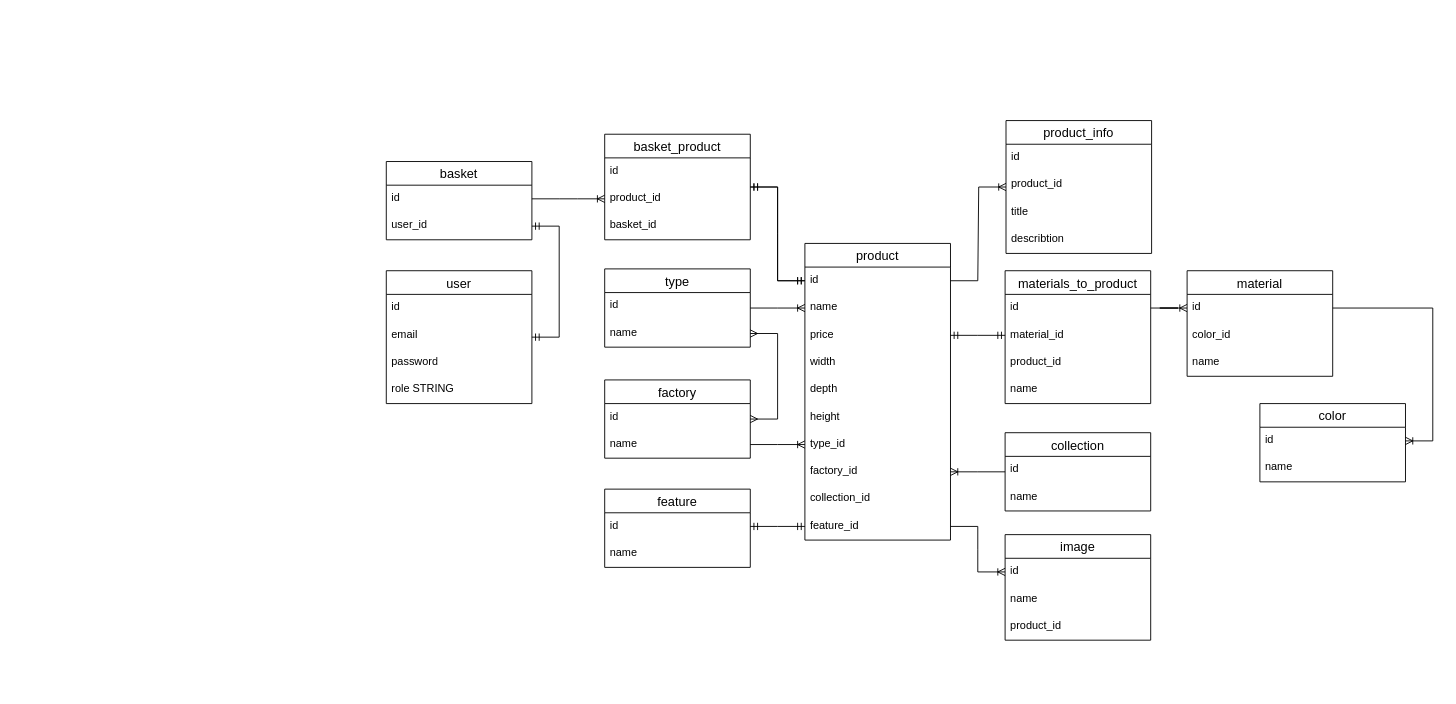
The draw.io diagram DB-riazanov-shop.drawio in Ingwaruz/riazanov-mebel-shop, before the edit. Source tidied: cells renumbered, new cells numbered last; positions are measured from the earlier drawing's top-left corner, leaving out a move shared by most shapes. Both pictures are drawn from the tidied source at 91%, with x=0, y=0 at pixel (386, 120).
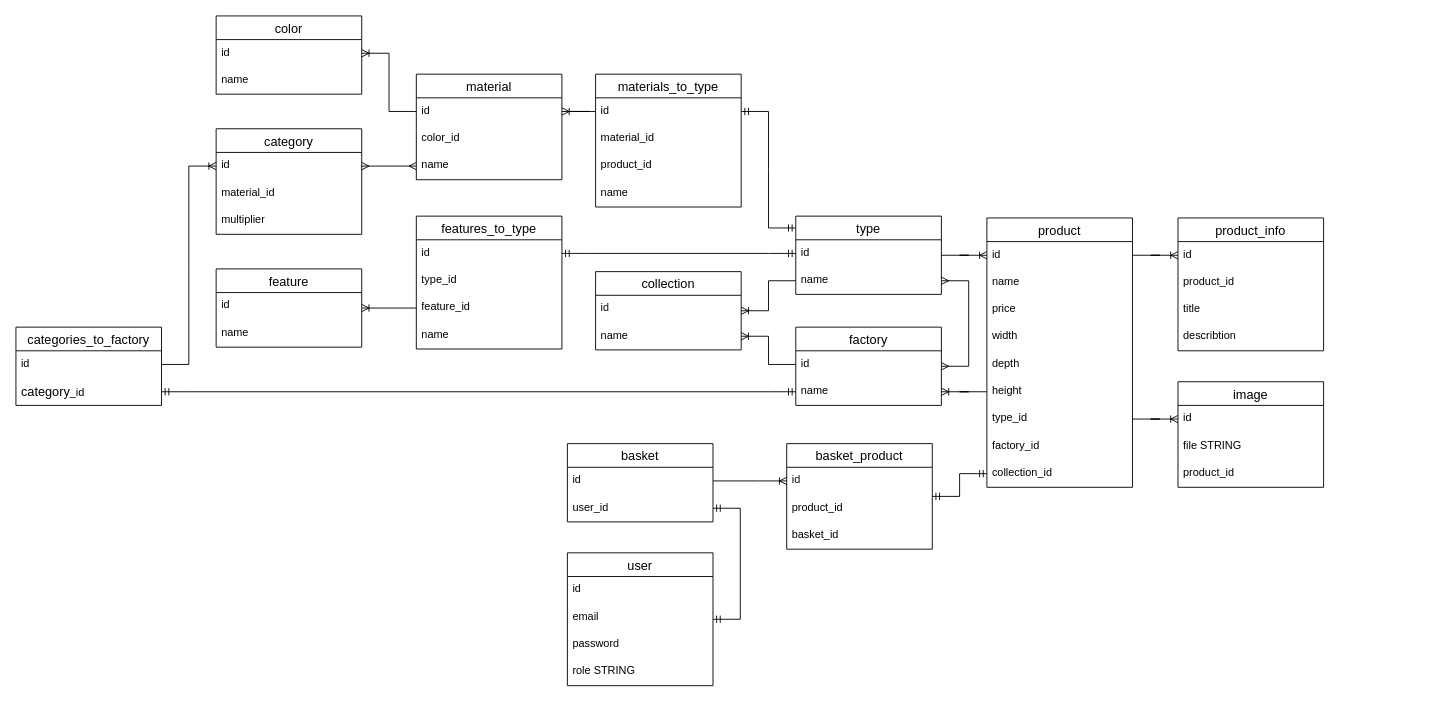
Above is the later version.

Commit message:
temporary db schema changes

The change refers to these unchanged cells:
```xml
<mxCell id="8" value="id" style="text;strokeColor=none;fillColor=none;spacingLeft=4;spacingRight=4;overflow=hidden;points=[[0,0.5],[1,0.5]];portConstraint=eastwest;fontSize=12;whiteSpace=wrap;html=1;" parent="7" vertex="1">
  <mxGeometry y="26" width="160" height="30" as="geometry" />
</mxCell>
<mxCell id="9" value="user_id" style="text;strokeColor=none;fillColor=none;spacingLeft=4;spacingRight=4;overflow=hidden;points=[[0,0.5],[1,0.5]];portConstraint=eastwest;fontSize=12;whiteSpace=wrap;html=1;" parent="7" vertex="1">
  <mxGeometry y="56" width="160" height="30" as="geometry" />
</mxCell>
<mxCell id="11" value="id" style="text;strokeColor=none;fillColor=none;spacingLeft=4;spacingRight=4;overflow=hidden;points=[[0,0.5],[1,0.5]];portConstraint=eastwest;fontSize=12;whiteSpace=wrap;html=1;" parent="10" vertex="1">
  <mxGeometry y="26" width="160" height="30" as="geometry" />
</mxCell>
<mxCell id="12" value="name" style="text;strokeColor=none;fillColor=none;spacingLeft=4;spacingRight=4;overflow=hidden;points=[[0,0.5],[1,0.5]];portConstraint=eastwest;fontSize=12;whiteSpace=wrap;html=1;" parent="10" vertex="1">
  <mxGeometry y="56" width="160" height="30" as="geometry" />
</mxCell>
<mxCell id="13" value="price" style="text;strokeColor=none;fillColor=none;spacingLeft=4;spacingRight=4;overflow=hidden;points=[[0,0.5],[1,0.5]];portConstraint=eastwest;fontSize=12;whiteSpace=wrap;html=1;" parent="10" vertex="1">
  <mxGeometry y="86" width="160" height="30" as="geometry" />
</mxCell>
<mxCell id="16" value="height" style="text;strokeColor=none;fillColor=none;spacingLeft=4;spacingRight=4;overflow=hidden;points=[[0,0.5],[1,0.5]];portConstraint=eastwest;fontSize=12;whiteSpace=wrap;html=1;" parent="10" vertex="1">
  <mxGeometry y="176" width="160" height="30" as="geometry" />
</mxCell>
<mxCell id="17" value="type_id" style="text;strokeColor=none;fillColor=none;spacingLeft=4;spacingRight=4;overflow=hidden;points=[[0,0.5],[1,0.5]];portConstraint=eastwest;fontSize=12;whiteSpace=wrap;html=1;" parent="10" vertex="1">
  <mxGeometry y="206" width="160" height="30" as="geometry" />
</mxCell>
<mxCell id="18" value="factory_id" style="text;strokeColor=none;fillColor=none;spacingLeft=4;spacingRight=4;overflow=hidden;points=[[0,0.5],[1,0.5]];portConstraint=eastwest;fontSize=12;whiteSpace=wrap;html=1;" parent="10" vertex="1">
  <mxGeometry y="236" width="160" height="30" as="geometry" />
</mxCell>
<mxCell id="19" value="collection_id" style="text;strokeColor=none;fillColor=none;spacingLeft=4;spacingRight=4;overflow=hidden;points=[[0,0.5],[1,0.5]];portConstraint=eastwest;fontSize=12;whiteSpace=wrap;html=1;" parent="10" vertex="1">
  <mxGeometry y="266" width="160" height="30" as="geometry" />
</mxCell>
<mxCell id="22" value="id" style="text;strokeColor=none;fillColor=none;spacingLeft=4;spacingRight=4;overflow=hidden;points=[[0,0.5],[1,0.5]];portConstraint=eastwest;fontSize=12;whiteSpace=wrap;html=1;" parent="21" vertex="1">
  <mxGeometry y="26" width="160" height="30" as="geometry" />
</mxCell>
<mxCell id="23" value="name" style="text;strokeColor=none;fillColor=none;spacingLeft=4;spacingRight=4;overflow=hidden;points=[[0,0.5],[1,0.5]];portConstraint=eastwest;fontSize=12;whiteSpace=wrap;html=1;" parent="21" vertex="1">
  <mxGeometry y="56" width="160" height="30" as="geometry" />
</mxCell>
<mxCell id="25" value="id" style="text;strokeColor=none;fillColor=none;spacingLeft=4;spacingRight=4;overflow=hidden;points=[[0,0.5],[1,0.5]];portConstraint=eastwest;fontSize=12;whiteSpace=wrap;html=1;" parent="24" vertex="1">
  <mxGeometry y="26" width="160" height="30" as="geometry" />
</mxCell>
<mxCell id="26" value="name" style="text;strokeColor=none;fillColor=none;spacingLeft=4;spacingRight=4;overflow=hidden;points=[[0,0.5],[1,0.5]];portConstraint=eastwest;fontSize=12;whiteSpace=wrap;html=1;" parent="24" vertex="1">
  <mxGeometry y="56" width="160" height="30" as="geometry" />
</mxCell>
<mxCell id="31" value="id" style="text;strokeColor=none;fillColor=none;spacingLeft=4;spacingRight=4;overflow=hidden;points=[[0,0.5],[1,0.5]];portConstraint=eastwest;fontSize=12;whiteSpace=wrap;html=1;" parent="30" vertex="1">
  <mxGeometry y="26" width="160" height="30" as="geometry" />
</mxCell>
<mxCell id="37" value="id" style="text;strokeColor=none;fillColor=none;spacingLeft=4;spacingRight=4;overflow=hidden;points=[[0,0.5],[1,0.5]];portConstraint=eastwest;fontSize=12;whiteSpace=wrap;html=1;" parent="36" vertex="1">
  <mxGeometry y="26" width="160" height="30" as="geometry" />
</mxCell>
<mxCell id="38" value="product_id" style="text;strokeColor=none;fillColor=none;spacingLeft=4;spacingRight=4;overflow=hidden;points=[[0,0.5],[1,0.5]];portConstraint=eastwest;fontSize=12;whiteSpace=wrap;html=1;" parent="36" vertex="1">
  <mxGeometry y="56" width="160" height="30" as="geometry" />
</mxCell>
<mxCell id="44" value="id" style="text;strokeColor=none;fillColor=none;spacingLeft=4;spacingRight=4;overflow=hidden;points=[[0,0.5],[1,0.5]];portConstraint=eastwest;fontSize=12;whiteSpace=wrap;html=1;" parent="43" vertex="1">
  <mxGeometry y="26" width="160" height="30" as="geometry" />
</mxCell>
<mxCell id="49" value="name" style="text;strokeColor=none;fillColor=none;spacingLeft=4;spacingRight=4;overflow=hidden;points=[[0,0.5],[1,0.5]];portConstraint=eastwest;fontSize=12;whiteSpace=wrap;html=1;" parent="47" vertex="1">
  <mxGeometry y="56" width="160" height="30" as="geometry" />
</mxCell>
<mxCell id="56" value="name" style="text;strokeColor=none;fillColor=none;spacingLeft=4;spacingRight=4;overflow=hidden;points=[[0,0.5],[1,0.5]];portConstraint=eastwest;fontSize=12;whiteSpace=wrap;html=1;" parent="53" vertex="1">
  <mxGeometry y="86" width="160" height="30" as="geometry" />
</mxCell>
<mxCell id="61" value="id" style="text;strokeColor=none;fillColor=none;spacingLeft=4;spacingRight=4;overflow=hidden;points=[[0,0.5],[1,0.5]];portConstraint=eastwest;fontSize=12;whiteSpace=wrap;html=1;" parent="60" vertex="1">
  <mxGeometry y="26" width="160" height="30" as="geometry" />
</mxCell>
<mxCell id="62" value="material_id" style="text;strokeColor=none;fillColor=none;spacingLeft=4;spacingRight=4;overflow=hidden;points=[[0,0.5],[1,0.5]];portConstraint=eastwest;fontSize=12;whiteSpace=wrap;html=1;" parent="60" vertex="1">
  <mxGeometry y="56" width="160" height="30" as="geometry" />
</mxCell>
<mxCell id="68" value="id" style="text;strokeColor=none;fillColor=none;spacingLeft=4;spacingRight=4;overflow=hidden;points=[[0,0.5],[1,0.5]];portConstraint=eastwest;fontSize=12;whiteSpace=wrap;html=1;" parent="67" vertex="1">
  <mxGeometry y="26" width="160" height="30" as="geometry" />
</mxCell>
```

The edit, as a diff of the source:
```diff
@@
     <mxCell id="2" value="user" style="swimlane;fontStyle=0;horizontal=1;startSize=26;align=center;fontSize=14;" parent="1" vertex="1">
-      <mxGeometry y="165" width="160" height="146" as="geometry" />
+      <mxGeometry x="199" y="475" width="160" height="146" as="geometry" />
     </mxCell>
@@
     <mxCell id="7" value="basket" style="swimlane;fontStyle=0;horizontal=1;startSize=26;align=center;fontSize=14;" parent="1" vertex="1">
-      <mxGeometry y="45" width="160" height="86" as="geometry" />
+      <mxGeometry x="199" y="355" width="160" height="86" as="geometry" />
     </mxCell>
@@
     <mxCell id="10" value="product" style="swimlane;fontStyle=0;horizontal=1;startSize=26;align=center;fontSize=14;" parent="1" vertex="1">
-      <mxGeometry x="460" y="135" width="160" height="326" as="geometry" />
+      <mxGeometry x="660" y="107" width="160" height="296" as="geometry" />
     </mxCell>
@@
-    <mxCell id="20" value="feature_id" style="text;strokeColor=none;fillColor=none;spacingLeft=4;spacingRight=4;overflow=hidden;points=[[0,0.5],[1,0.5]];portConstraint=eastwest;fontSize=12;whiteSpace=wrap;html=1;" parent="10" vertex="1">
-      <mxGeometry y="296" width="160" height="30" as="geometry" />
-    </mxCell>
     <mxCell id="21" value="factory" style="swimlane;fontStyle=0;horizontal=1;startSize=26;align=center;fontSize=14;" parent="1" vertex="1">
-      <mxGeometry x="240" y="285" width="160" height="86" as="geometry" />
+      <mxGeometry x="450" y="227" width="160" height="86" as="geometry" />
     </mxCell>
@@
     <mxCell id="24" value="type" style="swimlane;fontStyle=0;horizontal=1;startSize=26;align=center;fontSize=14;" parent="1" vertex="1">
-      <mxGeometry x="240" y="163" width="160" height="86" as="geometry" />
+      <mxGeometry x="450" y="105" width="160" height="86" as="geometry" />
     </mxCell>
@@
-    <mxCell id="27" style="edgeStyle=entityRelationEdgeStyle;fontSize=12;html=1;endArrow=ERoneToMany;rounded=0;" parent="1" edge="1" source="24" target="12">
+    <mxCell id="27" style="edgeStyle=entityRelationEdgeStyle;fontSize=12;html=1;endArrow=ERoneToMany;rounded=0;" parent="1" edge="1" source="24" target="11">
       <mxGeometry relative="1" as="geometry" />
     </mxCell>
-    <mxCell id="28" style="edgeStyle=entityRelationEdgeStyle;fontSize=12;html=1;endArrow=ERoneToMany;rounded=0;exitX=1;exitY=0.5;exitDx=0;exitDy=0;" parent="1" edge="1" source="23" target="17">
-      <mxGeometry relative="1" as="geometry" />
-    </mxCell>
@@
     <mxCell id="30" value="product_info" style="swimlane;fontStyle=0;horizontal=1;startSize=26;align=center;fontSize=14;" parent="1" vertex="1">
-      <mxGeometry x="681" width="160" height="146" as="geometry" />
+      <mxGeometry x="870" y="107" width="160" height="146" as="geometry" />
     </mxCell>
@@
-    <mxCell id="35" style="edgeStyle=entityRelationEdgeStyle;fontSize=12;html=1;endArrow=ERoneToMany;rounded=0;" parent="1" edge="1" source="11" target="30">
-      <mxGeometry relative="1" as="geometry" />
-    </mxCell>
     <mxCell id="36" value="basket_product" style="swimlane;fontStyle=0;horizontal=1;startSize=26;align=center;fontSize=14;" parent="1" vertex="1">
-      <mxGeometry x="240" y="15" width="160" height="116" as="geometry" />
+      <mxGeometry x="440" y="355" width="160" height="116" as="geometry" />
     </mxCell>
@@
-    <mxCell id="40" style="edgeStyle=entityRelationEdgeStyle;fontSize=12;html=1;endArrow=ERmandOne;startArrow=ERmandOne;rounded=0;entryX=0;entryY=0.5;entryDx=0;entryDy=0;" parent="1" edge="1" source="36" target="11">
-      <mxGeometry relative="1" as="geometry" />
-    </mxCell>
-    <mxCell id="41" style="edgeStyle=entityRelationEdgeStyle;fontSize=12;html=1;endArrow=ERoneToMany;rounded=0;" parent="1" edge="1" source="8" target="38">
+    <mxCell id="41" style="edgeStyle=entityRelationEdgeStyle;fontSize=12;html=1;endArrow=ERoneToMany;rounded=0;" parent="1" edge="1" source="8" target="37">
       <mxGeometry relative="1" as="geometry" />
     </mxCell>
     <mxCell id="42" style="edgeStyle=entityRelationEdgeStyle;fontSize=12;html=1;endArrow=ERmandOne;startArrow=ERmandOne;rounded=0;" parent="1" edge="1" source="9" target="2">
       <mxGeometry relative="1" as="geometry">
         <Array as="points">
-          <mxPoint x="120" y="285" />
-          <mxPoint x="30" y="285" />
-          <mxPoint x="20" y="285" />
+          <mxPoint x="319" y="724" />
+          <mxPoint x="229" y="724" />
+          <mxPoint x="219" y="724" />
         </Array>
       </mxGeometry>
     </mxCell>
-    <mxCell id="43" value="feature" style="swimlane;fontStyle=0;horizontal=1;startSize=26;align=center;fontSize=14;" parent="1" vertex="1">
-      <mxGeometry x="240" y="405" width="160" height="86" as="geometry" />
+    <mxCell id="43" value="features_to_type" style="swimlane;fontStyle=0;horizontal=1;startSize=26;align=center;fontSize=14;" parent="1" vertex="1">
+      <mxGeometry x="33" y="105" width="160" height="146" as="geometry" />
     </mxCell>
@@
+    <mxCell id="72" value="type_id" style="text;strokeColor=none;fillColor=none;spacingLeft=4;spacingRight=4;overflow=hidden;fontSize=12;whiteSpace=wrap;html=1;" parent="43" vertex="1">
+      <mxGeometry y="56" width="160" height="30" as="geometry" />
+    </mxCell>
-    <mxCell id="45" value="name" style="text;strokeColor=none;fillColor=none;spacingLeft=4;spacingRight=4;overflow=hidden;points=[[0,0.5],[1,0.5]];portConstraint=eastwest;fontSize=12;whiteSpace=wrap;html=1;" parent="43" vertex="1">
-      <mxGeometry y="56" width="160" height="30" as="geometry" />
+    <mxCell id="45" value="feature_id" style="text;strokeColor=none;fillColor=none;spacingLeft=4;spacingRight=4;overflow=hidden;points=[[0,0.5],[1,0.5]];portConstraint=eastwest;fontSize=12;whiteSpace=wrap;html=1;" parent="43" vertex="1">
+      <mxGeometry y="86" width="160" height="30" as="geometry" />
     </mxCell>
+    <mxCell id="73" value="name" style="text;strokeColor=none;fillColor=none;spacingLeft=4;spacingRight=4;overflow=hidden;fontSize=12;whiteSpace=wrap;html=1;" parent="43" vertex="1">
+      <mxGeometry y="116" width="160" height="30" as="geometry" />
+    </mxCell>
-    <mxCell id="46" style="edgeStyle=entityRelationEdgeStyle;fontSize=12;html=1;endArrow=ERmandOne;startArrow=ERmandOne;rounded=0;entryX=0;entryY=0.5;entryDx=0;entryDy=0;" parent="1" edge="1" source="36" target="11">
+    <mxCell id="46" style="edgeStyle=entityRelationEdgeStyle;fontSize=12;html=1;endArrow=ERmandOne;startArrow=ERmandOne;rounded=0;" parent="1" edge="1" source="36" target="19">
       <mxGeometry relative="1" as="geometry">
         <Array as="points">
-          <mxPoint x="270" y="575" />
+          <mxPoint x="140" y="571" />
         </Array>
       </mxGeometry>
     </mxCell>
     <mxCell id="47" value="collection" style="swimlane;fontStyle=0;horizontal=1;startSize=26;align=center;fontSize=14;" parent="1" vertex="1">
-      <mxGeometry x="680" y="343" width="160" height="86" as="geometry" />
+      <mxGeometry x="230" y="166" width="160" height="86" as="geometry" />
     </mxCell>
@@
     <mxCell id="50" value="color" style="swimlane;fontStyle=0;horizontal=1;startSize=26;align=center;fontSize=14;" parent="1" vertex="1">
-      <mxGeometry x="960" y="311" width="160" height="86" as="geometry" />
+      <mxGeometry x="-187" y="-115" width="160" height="86" as="geometry" />
     </mxCell>
@@
     <mxCell id="53" value="material" style="swimlane;fontStyle=0;horizontal=1;startSize=26;align=center;fontSize=14;" parent="1" vertex="1">
-      <mxGeometry x="880" y="165" width="160" height="116" as="geometry" />
+      <mxGeometry x="33" y="-51" width="160" height="116" as="geometry" />
     </mxCell>
@@
-    <mxCell id="58" style="edgeStyle=entityRelationEdgeStyle;fontSize=12;html=1;endArrow=ERoneToMany;rounded=0;" parent="1" edge="1" source="47" target="18">
+    <mxCell id="58" style="edgeStyle=entityRelationEdgeStyle;fontSize=12;html=1;endArrow=ERoneToMany;rounded=0;" parent="1" edge="1" source="22" target="49">
       <mxGeometry relative="1" as="geometry" />
     </mxCell>
-    <mxCell id="59" style="edgeStyle=entityRelationEdgeStyle;fontSize=12;html=1;endArrow=ERmandOne;startArrow=ERmandOne;rounded=0;" parent="1" edge="1" source="20" target="44">
-      <mxGeometry relative="1" as="geometry" />
-    </mxCell>
-    <mxCell id="60" value="materials_to_product" style="swimlane;fontStyle=0;horizontal=1;startSize=26;align=center;fontSize=14;" parent="1" vertex="1">
-      <mxGeometry x="680" y="165" width="160" height="146" as="geometry" />
+    <mxCell id="60" value="materials_to_type" style="swimlane;fontStyle=0;horizontal=1;startSize=26;align=center;fontSize=14;" parent="1" vertex="1">
+      <mxGeometry x="230" y="-51" width="160" height="146" as="geometry" />
     </mxCell>
@@
-    <mxCell id="65" style="edgeStyle=entityRelationEdgeStyle;fontSize=12;html=1;endArrow=ERmandOne;startArrow=ERmandOne;rounded=0;" parent="1" edge="1" source="13" target="62">
-      <mxGeometry relative="1" as="geometry" />
+    <mxCell id="65" style="edgeStyle=entityRelationEdgeStyle;fontSize=12;html=1;endArrow=ERmandOne;startArrow=ERmandOne;rounded=0;" parent="1" edge="1" source="61">
+      <mxGeometry relative="1" as="geometry">
+        <mxPoint x="450" y="118" as="targetPoint" />
+      </mxGeometry>
     </mxCell>
@@
     <mxCell id="67" value="image" style="swimlane;fontStyle=0;horizontal=1;startSize=26;align=center;fontSize=14;" parent="1" vertex="1">
-      <mxGeometry x="680" y="455" width="160" height="116" as="geometry" />
+      <mxGeometry x="870" y="287" width="160" height="116" as="geometry" />
     </mxCell>
@@
-    <mxCell id="69" value="name" style="text;strokeColor=none;fillColor=none;spacingLeft=4;spacingRight=4;overflow=hidden;fontSize=12;whiteSpace=wrap;html=1;" parent="67" vertex="1">
+    <mxCell id="69" value="file STRING" style="text;strokeColor=none;fillColor=none;spacingLeft=4;spacingRight=4;overflow=hidden;fontSize=12;whiteSpace=wrap;html=1;" parent="67" vertex="1">
       <mxGeometry y="56" width="160" height="30" as="geometry" />
     </mxCell>
@@
-    <mxCell id="71" style="edgeStyle=entityRelationEdgeStyle;fontSize=12;html=1;endArrow=ERoneToMany;rounded=0;" parent="1" edge="1" source="20" target="68">
-      <mxGeometry relative="1" as="geometry">
-        <Array as="points">
-          <mxPoint x="530" y="495" />
-        </Array>
-      </mxGeometry>
-    </mxCell>
+    <mxCell id="74" value="category" style="swimlane;fontStyle=0;horizontal=1;startSize=26;align=center;fontSize=14;" parent="1" vertex="1">
+      <mxGeometry x="-187" y="9" width="160" height="116" as="geometry" />
+    </mxCell>
+    <mxCell id="75" value="id" style="text;strokeColor=none;fillColor=none;spacingLeft=4;spacingRight=4;overflow=hidden;points=[[0,0.5],[1,0.5]];portConstraint=eastwest;fontSize=12;whiteSpace=wrap;html=1;" parent="74" vertex="1">
+      <mxGeometry y="26" width="160" height="30" as="geometry" />
+    </mxCell>
+    <mxCell id="76" value="material_id" style="text;strokeColor=none;fillColor=none;spacingLeft=4;spacingRight=4;overflow=hidden;fontSize=12;whiteSpace=wrap;html=1;" parent="74" vertex="1">
+      <mxGeometry y="56" width="160" height="30" as="geometry" />
+    </mxCell>
+    <mxCell id="77" value="multiplier" style="text;strokeColor=none;fillColor=none;spacingLeft=4;spacingRight=4;overflow=hidden;fontSize=12;whiteSpace=wrap;html=1;" parent="74" vertex="1">
+      <mxGeometry y="86" width="160" height="30" as="geometry" />
+    </mxCell>
+    <mxCell id="78" value="feature" style="swimlane;fontStyle=0;horizontal=1;startSize=26;align=center;fontSize=14;" parent="1" vertex="1">
+      <mxGeometry x="-187" y="163" width="160" height="86" as="geometry" />
+    </mxCell>
+    <mxCell id="79" value="id" style="text;strokeColor=none;fillColor=none;spacingLeft=4;spacingRight=4;overflow=hidden;fontSize=12;whiteSpace=wrap;html=1;" parent="78" vertex="1">
+      <mxGeometry y="26" width="160" height="30" as="geometry" />
+    </mxCell>
+    <mxCell id="80" value="name" style="text;strokeColor=none;fillColor=none;spacingLeft=4;spacingRight=4;overflow=hidden;fontSize=12;whiteSpace=wrap;html=1;" parent="78" vertex="1">
+      <mxGeometry y="56" width="160" height="30" as="geometry" />
+    </mxCell>
+    <mxCell id="81" style="edgeStyle=entityRelationEdgeStyle;fontSize=12;html=1;endArrow=ERoneToMany;rounded=0;" parent="1" edge="1" source="45" target="78">
+      <mxGeometry relative="1" as="geometry">
+        <Array as="points">
+          <mxPoint x="-23" y="309" />
+        </Array>
+      </mxGeometry>
+    </mxCell>
+    <mxCell id="82" style="edgeStyle=entityRelationEdgeStyle;fontSize=12;html=1;endArrow=ERoneToMany;rounded=0;" parent="1" edge="1" source="26" target="47">
+      <mxGeometry relative="1" as="geometry" />
+    </mxCell>
+    <mxCell id="83" style="edgeStyle=entityRelationEdgeStyle;fontSize=12;html=1;endArrow=ERmandOne;startArrow=ERmandOne;rounded=0;" parent="1" edge="1" source="44" target="25">
+      <mxGeometry relative="1" as="geometry" />
+    </mxCell>
+    <mxCell id="84" style="edgeStyle=entityRelationEdgeStyle;fontSize=12;html=1;endArrow=ERoneToMany;rounded=0;" parent="1" edge="1" source="16" target="23">
+      <mxGeometry relative="1" as="geometry">
+        <Array as="points">
+          <mxPoint x="580" y="355" />
+          <mxPoint x="620" y="395" />
+          <mxPoint x="610" y="395" />
+        </Array>
+      </mxGeometry>
+    </mxCell>
+    <mxCell id="85" style="edgeStyle=entityRelationEdgeStyle;fontSize=12;html=1;endArrow=ERoneToMany;rounded=0;" parent="1" edge="1" source="11" target="31">
+      <mxGeometry relative="1" as="geometry" />
+    </mxCell>
+    <mxCell id="86" style="edgeStyle=entityRelationEdgeStyle;fontSize=12;html=1;endArrow=ERoneToMany;rounded=0;" parent="1" edge="1" source="17" target="68">
+      <mxGeometry relative="1" as="geometry" />
+    </mxCell>
+    <mxCell id="87" style="edgeStyle=entityRelationEdgeStyle;fontSize=12;html=1;endArrow=ERmany;startArrow=ERmany;rounded=0;" parent="1" edge="1" source="75" target="56">
+      <mxGeometry relative="1" as="geometry" />
+    </mxCell>
+    <mxCell id="88" value="categories_to_factory" style="swimlane;fontStyle=0;horizontal=1;startSize=26;align=center;fontSize=14;" parent="1" vertex="1">
+      <mxGeometry x="-407" y="227" width="160" height="86" as="geometry" />
+    </mxCell>
+    <mxCell id="89" value="id" style="text;strokeColor=none;fillColor=none;spacingLeft=4;spacingRight=4;overflow=hidden;points=[[0,0.5],[1,0.5]];portConstraint=eastwest;fontSize=12;whiteSpace=wrap;html=1;" parent="88" vertex="1">
+      <mxGeometry y="26" width="160" height="30" as="geometry" />
+    </mxCell>
+    <mxCell id="90" value="&lt;span style=&quot;font-size: 14px; text-align: center; text-wrap: nowrap;&quot;&gt;category&lt;/span&gt;_id" style="text;strokeColor=none;fillColor=none;spacingLeft=4;spacingRight=4;overflow=hidden;points=[[0,0.5],[1,0.5]];portConstraint=eastwest;fontSize=12;whiteSpace=wrap;html=1;" parent="88" vertex="1">
+      <mxGeometry y="56" width="160" height="30" as="geometry" />
+    </mxCell>
+    <mxCell id="91" style="edgeStyle=entityRelationEdgeStyle;fontSize=12;html=1;endArrow=ERoneToMany;rounded=0;" parent="1" edge="1" source="89" target="75">
+      <mxGeometry relative="1" as="geometry">
+        <Array as="points">
+          <mxPoint x="-13" y="319" />
+          <mxPoint x="10" y="225" />
+        </Array>
+      </mxGeometry>
+    </mxCell>
+    <mxCell id="92" style="edgeStyle=entityRelationEdgeStyle;fontSize=12;html=1;endArrow=ERmandOne;startArrow=ERmandOne;rounded=0;" parent="1" edge="1" source="90" target="23">
+      <mxGeometry relative="1" as="geometry" />
+    </mxCell>
```
